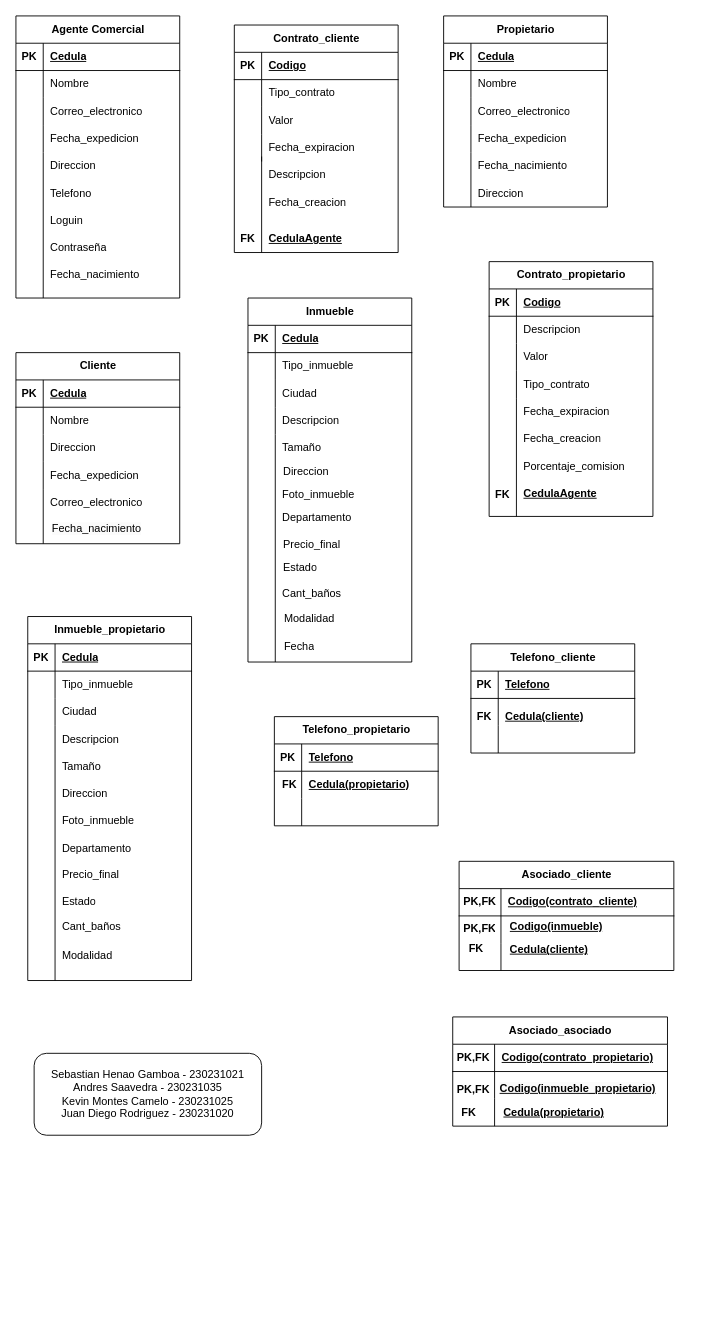
Before: modelorelacional.drawio in Juandiiego2111/Juandiiego21111, a draw.io diagram. Source tidied: cells renumbered, new cells numbered last; positions are measured from the earlier drawing's top-left corner, leaving out a move shared by most shapes. Both pictures are drawn from the tidied source at 91%, with x=0, y=0 at pixel (15, 15).
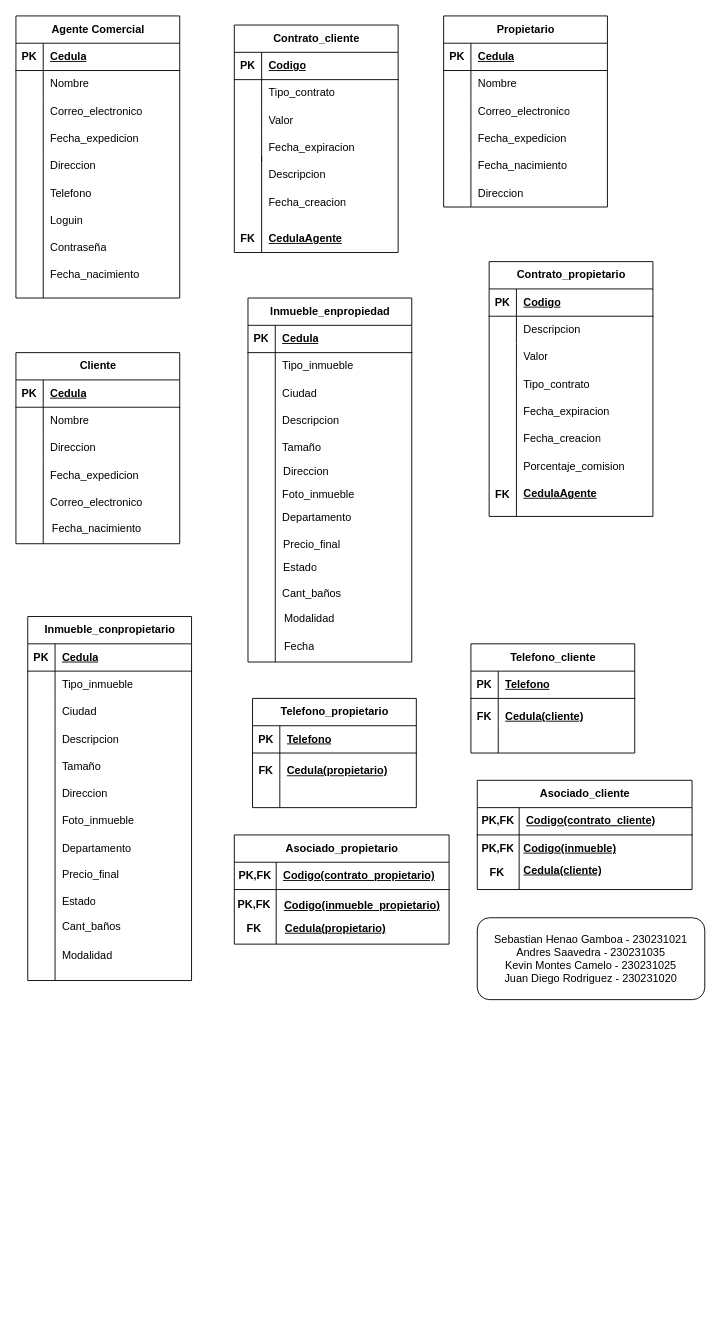
The same diagram, later.

The edit, as a diff of the source:
```diff
@@
-    <mxCell id="89" value="Inmueble" style="shape=table;startSize=30;childLayout=tableLayout;rowLines=0;fontStyle=1;align=center;html=1;" parent="1" vertex="1">
+    <mxCell id="89" value="Inmueble_enpropiedad" style="shape=table;startSize=30;childLayout=tableLayout;rowLines=0;fontStyle=1;align=center;html=1;" parent="1" vertex="1">
       <mxGeometry x="255" y="310" width="180" height="400" as="geometry" />
     </mxCell>
@@
-    <mxCell id="114" value="Inmueble_propietario" style="shape=table;startSize=30;childLayout=tableLayout;rowLines=0;fontStyle=1;align=center;html=1;" parent="1" vertex="1">
+    <mxCell id="114" value="Inmueble_conpropietario" style="shape=table;startSize=30;childLayout=tableLayout;rowLines=0;fontStyle=1;align=center;html=1;" parent="1" vertex="1">
       <mxGeometry x="13" y="660" width="180" height="400" as="geometry" />
     </mxCell>
@@
     <mxCell id="148" value="Telefono_propietario" style="shape=table;startSize=30;childLayout=tableLayout;rowLines=0;fontStyle=1;align=center;html=1;" parent="1" vertex="1">
-      <mxGeometry x="284" y="770" width="180" height="120" as="geometry" />
+      <mxGeometry x="260" y="750" width="180" height="120" as="geometry" />
     </mxCell>
@@
     <mxCell id="158" value="FK" style="shape=partialRectangle;fillColor=none;top=0;left=0;bottom=0;right=0;fontStyle=1;overflow=hidden;whiteSpace=wrap;html=1;" parent="1" vertex="1">
-      <mxGeometry x="286" y="830" width="30" height="30" as="geometry" />
+      <mxGeometry x="260" y="815" width="30" height="30" as="geometry" />
     </mxCell>
     <mxCell id="159" value="Cedula(propietario)" style="shape=partialRectangle;fillColor=none;top=0;left=0;bottom=0;right=0;align=left;spacingLeft=6;fontStyle=5;overflow=hidden;whiteSpace=wrap;html=1;" parent="1" vertex="1">
-      <mxGeometry x="314" y="835" width="150" height="20" as="geometry" />
+      <mxGeometry x="290" y="820" width="150" height="20" as="geometry" />
     </mxCell>
     <mxCell id="160" value="Asociado_cliente" style="shape=table;startSize=30;childLayout=tableLayout;rowLines=0;fontStyle=1;align=center;html=1;" parent="1" vertex="1">
-      <mxGeometry x="487" y="929" width="236" height="120" as="geometry" />
+      <mxGeometry x="507" y="840" width="236" height="120" as="geometry" />
     </mxCell>
@@
     <mxCell id="170" value="PK,FK" style="shape=partialRectangle;fillColor=none;top=0;left=0;bottom=0;right=0;fontStyle=1;overflow=hidden;whiteSpace=wrap;html=1;" parent="1" vertex="1">
-      <mxGeometry x="491" y="988" width="37" height="30" as="geometry" />
+      <mxGeometry x="511" y="900" width="37" height="30" as="geometry" />
     </mxCell>
     <mxCell id="171" value="Codigo(inmueble)" style="shape=partialRectangle;fillColor=none;top=0;left=0;bottom=0;right=0;align=left;spacingLeft=6;fontStyle=5;overflow=hidden;whiteSpace=wrap;html=1;" parent="1" vertex="1">
-      <mxGeometry x="535" y="986" width="150" height="30" as="geometry" />
+      <mxGeometry x="550" y="900" width="150" height="30" as="geometry" />
     </mxCell>
     <mxCell id="172" value="Cedula(cliente)" style="shape=partialRectangle;fillColor=none;top=0;left=0;bottom=0;right=0;align=left;spacingLeft=6;fontStyle=5;overflow=hidden;whiteSpace=wrap;html=1;" parent="1" vertex="1">
-      <mxGeometry x="535" y="1016" width="150" height="20" as="geometry" />
+      <mxGeometry x="550" y="929" width="150" height="20" as="geometry" />
     </mxCell>
     <mxCell id="173" value="FK" style="shape=partialRectangle;fillColor=none;top=0;left=0;bottom=0;right=0;fontStyle=1;overflow=hidden;whiteSpace=wrap;html=1;" parent="1" vertex="1">
-      <mxGeometry x="491" y="1010" width="30" height="30" as="geometry" />
+      <mxGeometry x="514" y="927" width="30" height="30" as="geometry" />
     </mxCell>
-    <mxCell id="174" value="Asociado_asociado" style="shape=table;startSize=30;childLayout=tableLayout;rowLines=0;fontStyle=1;align=center;html=1;" parent="1" vertex="1">
-      <mxGeometry x="480" y="1100" width="236" height="120" as="geometry" />
+    <mxCell id="174" value="Asociado_propietario" style="shape=table;startSize=30;childLayout=tableLayout;rowLines=0;fontStyle=1;align=center;html=1;" parent="1" vertex="1">
+      <mxGeometry x="240" y="900" width="236" height="120" as="geometry" />
     </mxCell>
@@
     <mxCell id="184" value="PK,FK" style="shape=partialRectangle;fillColor=none;top=0;left=0;bottom=0;right=0;fontStyle=1;overflow=hidden;whiteSpace=wrap;html=1;" parent="1" vertex="1">
-      <mxGeometry x="480" y="1165" width="46" height="30" as="geometry" />
+      <mxGeometry x="239" y="962" width="46" height="30" as="geometry" />
     </mxCell>
     <mxCell id="185" value="&lt;span style=&quot;color: rgb(0, 0, 0); font-family: Helvetica; font-size: 12px; font-style: normal; font-variant-ligatures: normal; font-variant-caps: normal; font-weight: 700; letter-spacing: normal; orphans: 2; text-align: left; text-indent: 0px; text-transform: none; white-space: normal; widows: 2; word-spacing: 0px; -webkit-text-stroke-width: 0px; background-color: rgb(251, 251, 251); text-decoration: underline; display: inline !important; float: none;&quot;&gt;Codigo(inmueble_propietario)&lt;/span&gt;" style="text;whiteSpace=wrap;html=1;" parent="1" vertex="1">
-      <mxGeometry x="530" y="1165" width="130" height="40" as="geometry" />
+      <mxGeometry x="293" y="964" width="130" height="40" as="geometry" />
     </mxCell>
     <mxCell id="186" value="Cedula(propietario)" style="shape=partialRectangle;fillColor=none;top=0;left=0;bottom=0;right=0;align=left;spacingLeft=6;fontStyle=5;overflow=hidden;whiteSpace=wrap;html=1;" parent="1" vertex="1">
-      <mxGeometry x="528" y="1195" width="150" height="20" as="geometry" />
+      <mxGeometry x="288" y="993" width="150" height="20" as="geometry" />
     </mxCell>
     <mxCell id="187" value="FK" style="shape=partialRectangle;fillColor=none;top=0;left=0;bottom=0;right=0;fontStyle=1;overflow=hidden;whiteSpace=wrap;html=1;" parent="1" vertex="1">
-      <mxGeometry x="483" y="1190" width="30" height="30" as="geometry" />
+      <mxGeometry x="247" y="988" width="30" height="30" as="geometry" />
     </mxCell>
     <mxCell id="188" value="Sebastian Henao Gamboa - 230231021&lt;div&gt;Andres Saavedra - 230231035&lt;/div&gt;&lt;div&gt;Kevin Montes Camelo - 230231025&lt;/div&gt;&lt;div&gt;Juan Diego Rodriguez - 230231020&lt;/div&gt;" style="rounded=1;whiteSpace=wrap;html=1;" parent="1" vertex="1">
-      <mxGeometry x="20" y="1140" width="250" height="90" as="geometry" />
+      <mxGeometry x="507" y="991" width="250" height="90" as="geometry" />
     </mxCell>
```
